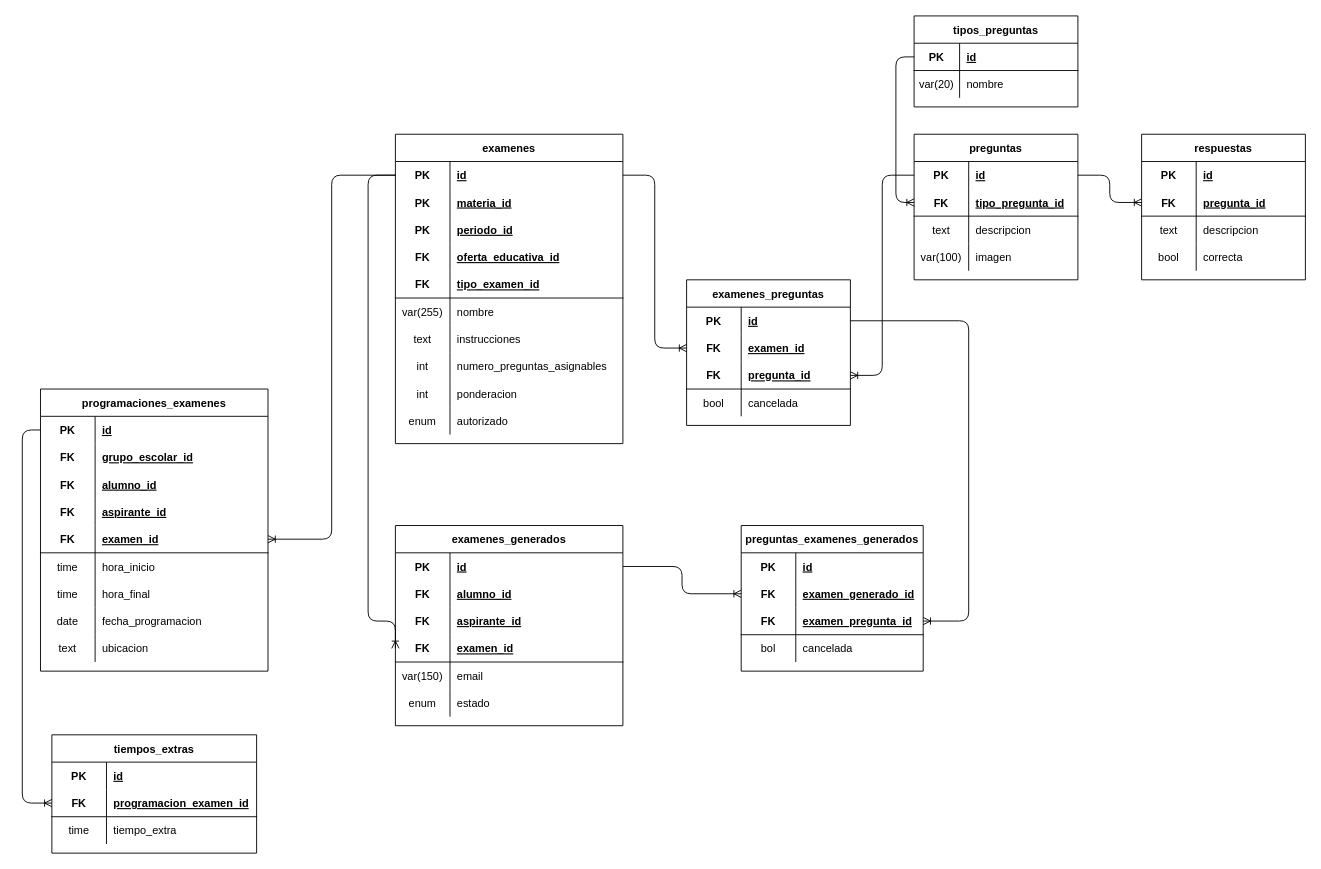
Earlier version of the draw.io diagram examenes/examenes.drawio (Carlos-Angel/database-escolar). Source tidied: cells renumbered, new cells numbered last; positions are measured from the earlier drawing's top-left corner, leaving out a move shared by most shapes. Both pictures are drawn from the tidied source at 91%, with x=0, y=0 at pixel (22, 15).
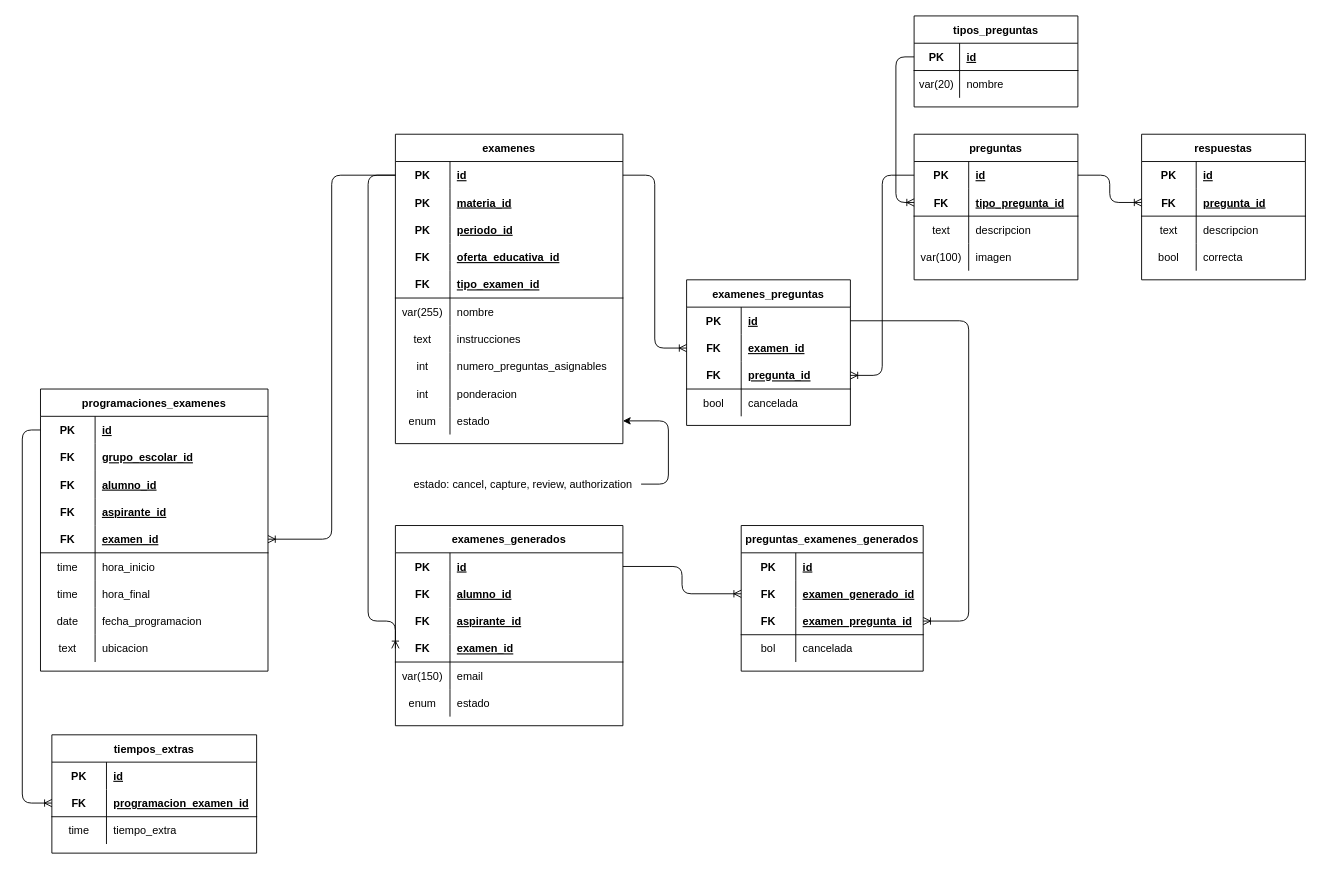
Above is the later version.

Commit message:
style: agregar los estado de la tabla examenes

The change refers to these unchanged cells:
```xml
<mxCell id="65" style="shape=partialRectangle;fillColor=none;top=0;left=0;bottom=0;right=0;points=[[0,0.5],[1,0.5]];portConstraint=eastwest;" parent="37" vertex="1">
  <mxGeometry y="300" width="250" height="30" as="geometry" />
</mxCell>
```

What changed in the source:
```diff
@@
-    <mxCell id="67" value="autorizado" style="shape=partialRectangle;fillColor=none;top=0;left=0;bottom=0;right=0;align=left;spacingLeft=6;overflow=hidden;" parent="65" vertex="1">
+    <mxCell id="67" value="estado" style="shape=partialRectangle;fillColor=none;top=0;left=0;bottom=0;right=0;align=left;spacingLeft=6;overflow=hidden;" parent="65" vertex="1">
       <mxGeometry x="60" width="190" height="30" as="geometry" />
     </mxCell>
@@
+    <mxCell id="158" style="edgeStyle=elbowEdgeStyle;html=1;" parent="1" edge="1" source="159" target="65">
+      <mxGeometry relative="1" as="geometry">
+        <Array as="points">
+          <mxPoint x="710" y="480" />
+          <mxPoint x="690" y="450" />
+        </Array>
+      </mxGeometry>
+    </mxCell>
+    <mxCell id="159" value="estado: cancel, capture, review, authorization" style="text;html=1;align=center;verticalAlign=middle;points=[];strokeColor=none;fillColor=none;" parent="1" vertex="1">
+      <mxGeometry x="420" y="504.5" width="260" height="20" as="geometry" />
+    </mxCell>
```
